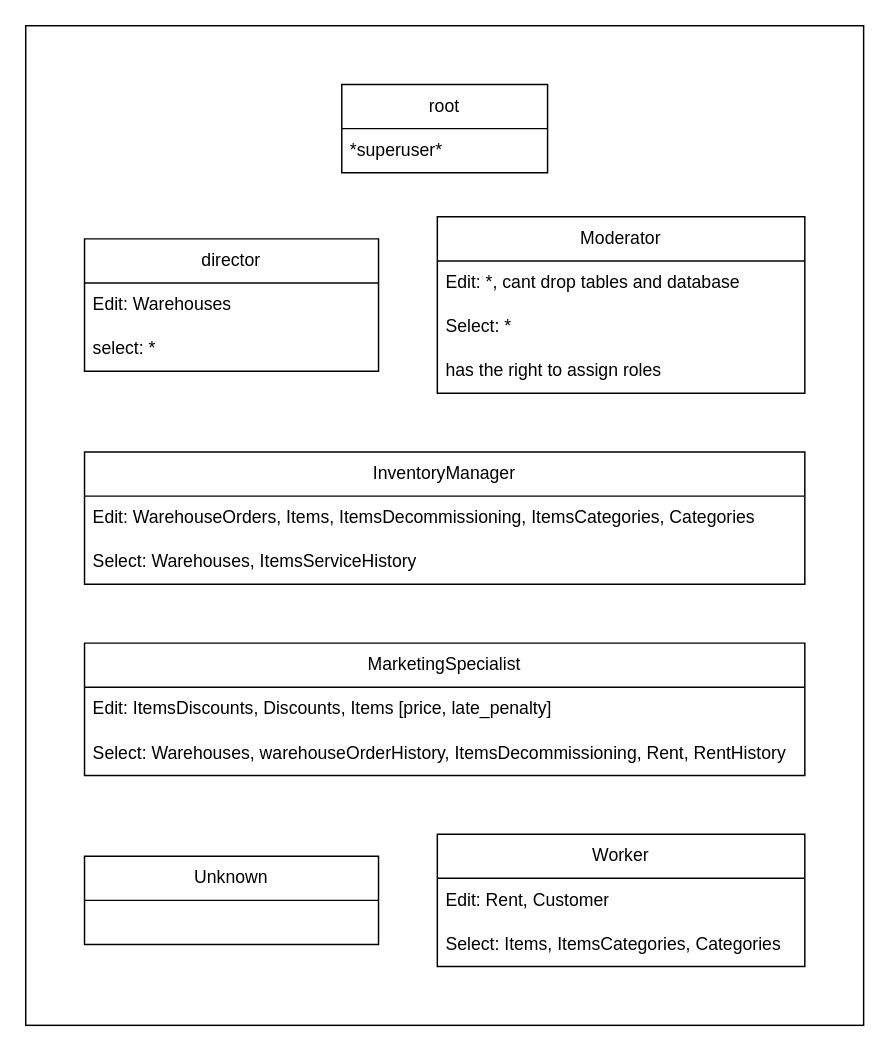
Nieele/invacc_desktop keeps this draw.io diagram as sql/user_rights.drawio. Above is the earlier version. Source tidied: cells renumbered, new cells numbered last; positions are measured from the earlier drawing's top-left corner, leaving out a move shared by most shapes. Both pictures are drawn from the tidied source at 147%, with x=0, y=0 at pixel (25, 25).
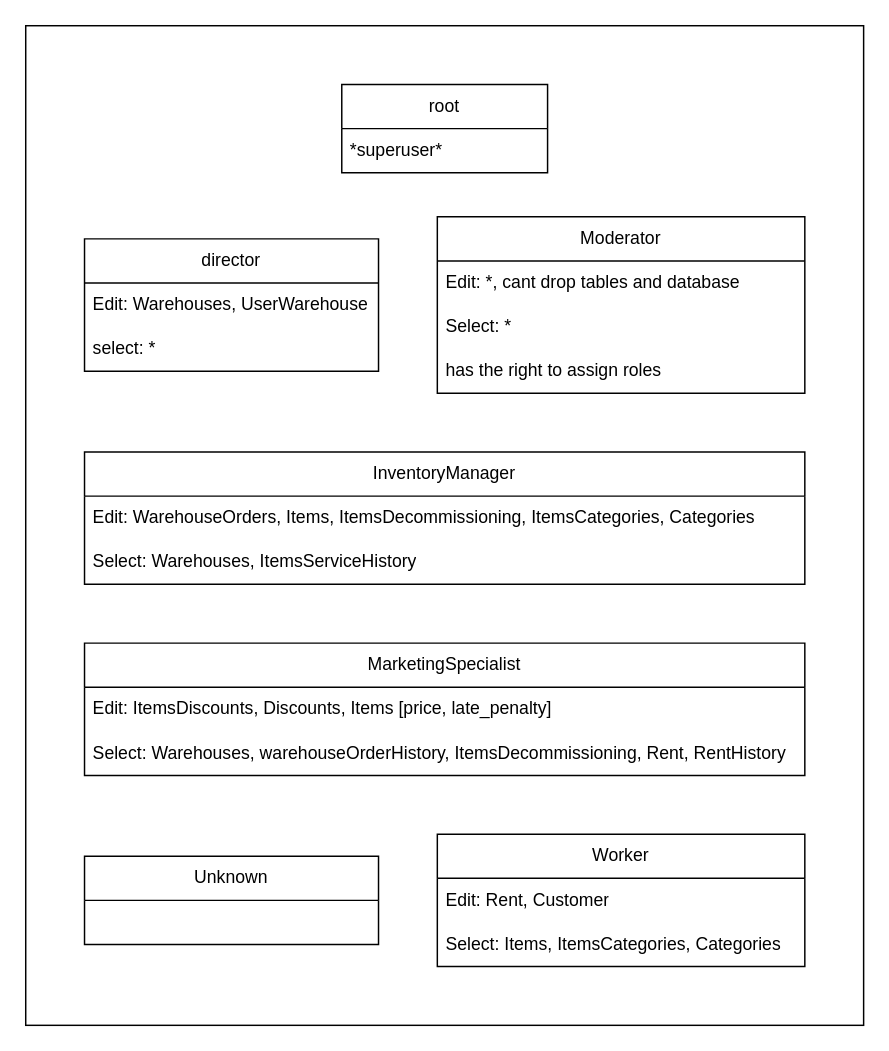
After the change.

Commit message (it also covers changes not shown here):
feat(sql): add UserWarehouse table for linking users to warehouse

Unchanged cells that the change refers to:
```xml
<mxCell id="17" value="director" style="swimlane;fontStyle=0;horizontal=1;startSize=30;whiteSpace=wrap;html=1;" parent="1" vertex="1">
  <mxGeometry x="40" y="145" width="200" height="90" as="geometry" />
</mxCell>
```

Diff of the diagram source:
```diff
@@
-    <mxCell id="18" value="Edit: Warehouses" style="text;strokeColor=none;fillColor=none;align=left;verticalAlign=middle;spacingLeft=4;spacingRight=4;overflow=hidden;whiteSpace=wrap;html=1;" parent="17" vertex="1">
+    <mxCell id="18" value="Edit: Warehouses, UserWarehouse" style="text;strokeColor=none;fillColor=none;align=left;verticalAlign=middle;spacingLeft=4;spacingRight=4;overflow=hidden;whiteSpace=wrap;html=1;" parent="17" vertex="1">
       <mxGeometry y="30" width="200" height="30" as="geometry" />
     </mxCell>
```
